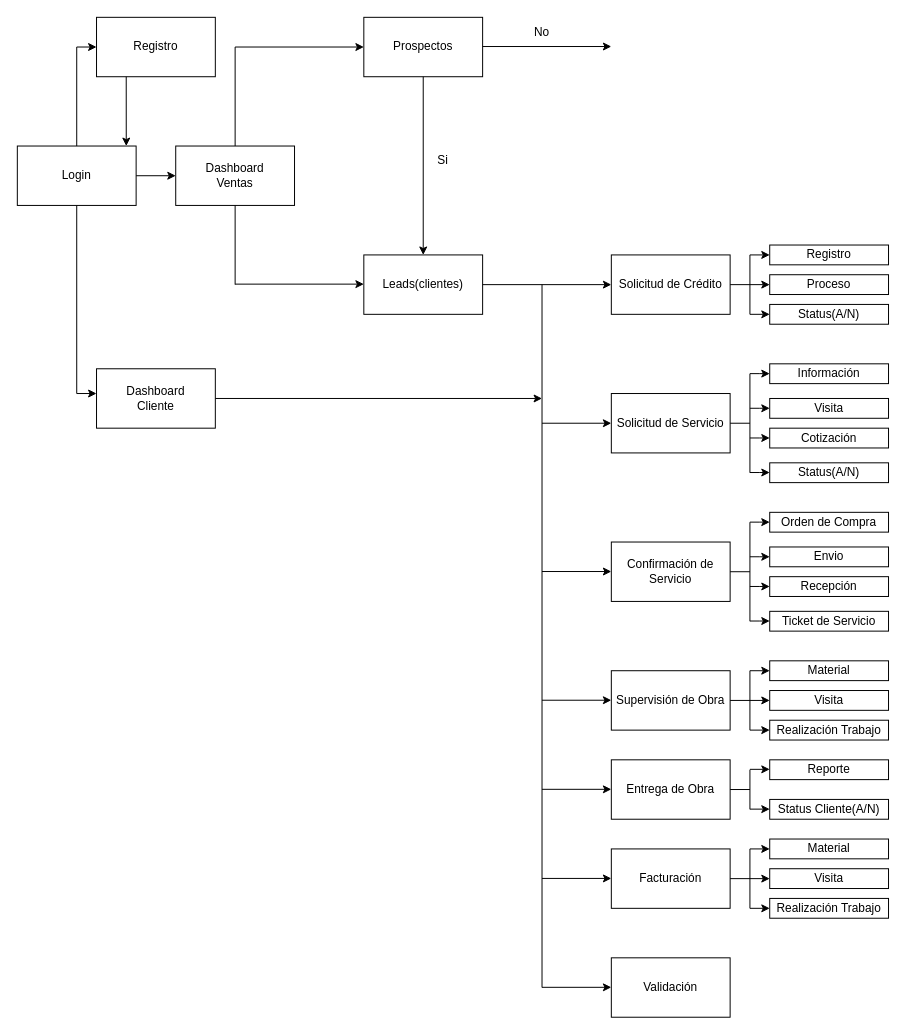
Before: routes.drawio in crpacheco33/backend-inein, a draw.io diagram. Source tidied: cells renumbered, new cells numbered last; positions are measured from the earlier drawing's top-left corner, leaving out a move shared by most shapes. Both pictures are drawn from the tidied source at 99%, with x=0, y=0 at pixel (17, 17).
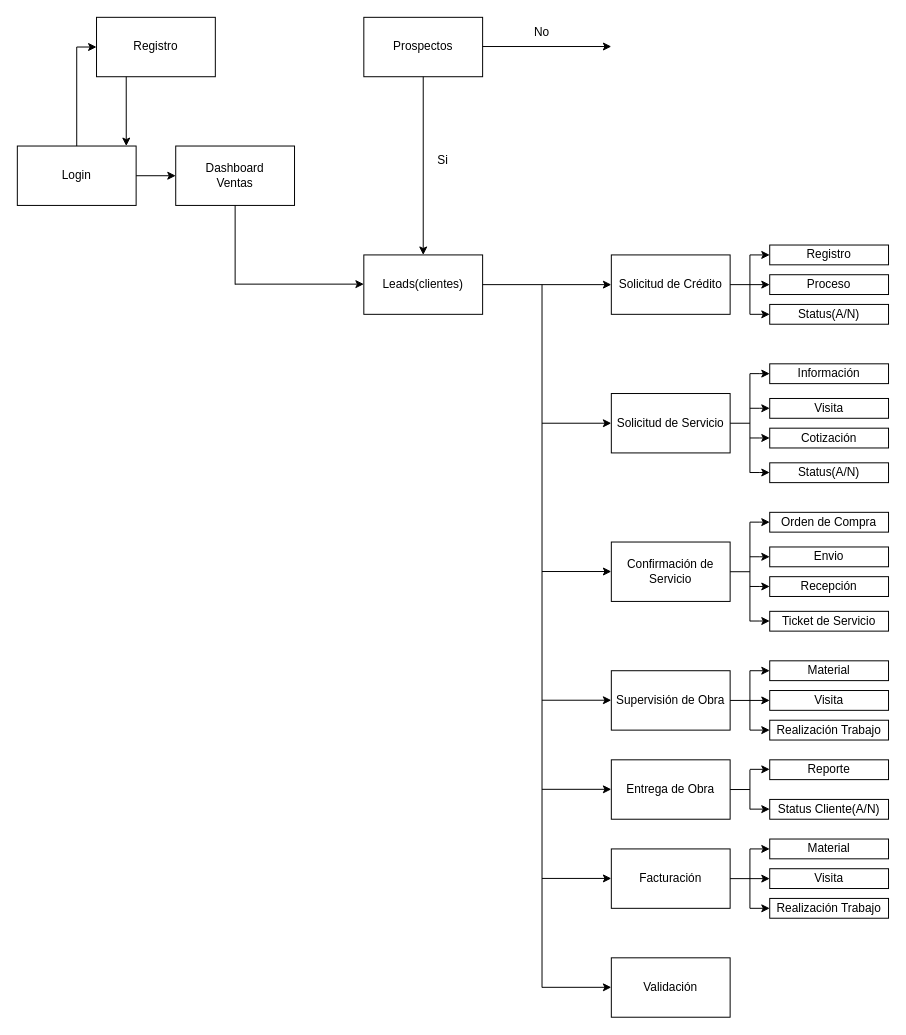
The same page after the edit.

The change refers to these unchanged cells:
```xml
<mxCell id="2" value="Login" style="rounded=0;whiteSpace=wrap;html=1;" parent="1" vertex="1">
  <mxGeometry y="130" width="120" height="60" as="geometry" />
</mxCell>
<mxCell id="8" value="Dashboard&lt;br&gt;Ventas" style="rounded=0;whiteSpace=wrap;html=1;" parent="1" vertex="1">
  <mxGeometry x="160" y="130" width="120" height="60" as="geometry" />
</mxCell>
```

Change to the diagram source:
```diff
@@
-    <mxCell id="9" style="endArrow=none;html=1;rounded=0;exitX=0.5;exitY=0;exitDx=0;exitDy=0;" parent="1" edge="1" source="8">
-      <mxGeometry relative="1" as="geometry">
-        <mxPoint x="220" y="30" as="targetPoint" />
-      </mxGeometry>
-    </mxCell>
-    <mxCell id="10" style="endArrow=classic;html=1;rounded=0;" parent="1" edge="1">
-      <mxGeometry relative="1" as="geometry">
-        <mxPoint x="220" y="30" as="sourcePoint" />
-        <mxPoint x="350" y="30" as="targetPoint" />
-      </mxGeometry>
-    </mxCell>
@@
-    <mxCell id="81" value="Dashboard&lt;br&gt;Cliente" style="rounded=0;whiteSpace=wrap;html=1;" parent="1" vertex="1">
-      <mxGeometry x="80" y="355" width="120" height="60" as="geometry" />
-    </mxCell>
-    <mxCell id="82" style="endArrow=none;html=1;rounded=0;entryX=0.5;entryY=1;entryDx=0;entryDy=0;" parent="1" edge="1" target="2">
-      <mxGeometry relative="1" as="geometry">
-        <mxPoint x="60" y="380" as="sourcePoint" />
-      </mxGeometry>
-    </mxCell>
-    <mxCell id="83" style="endArrow=classic;html=1;rounded=0;entryX=0;entryY=0.5;entryDx=0;entryDy=0;" parent="1" edge="1">
-      <mxGeometry relative="1" as="geometry">
-        <mxPoint x="60" y="380" as="sourcePoint" />
-        <mxPoint x="80" y="380" as="targetPoint" />
-      </mxGeometry>
-    </mxCell>
-    <mxCell id="84" style="endArrow=classic;html=1;rounded=0;exitX=1;exitY=0.5;exitDx=0;exitDy=0;" parent="1" edge="1" source="81">
-      <mxGeometry relative="1" as="geometry">
-        <mxPoint x="530" y="385" as="targetPoint" />
-      </mxGeometry>
-    </mxCell>
```
